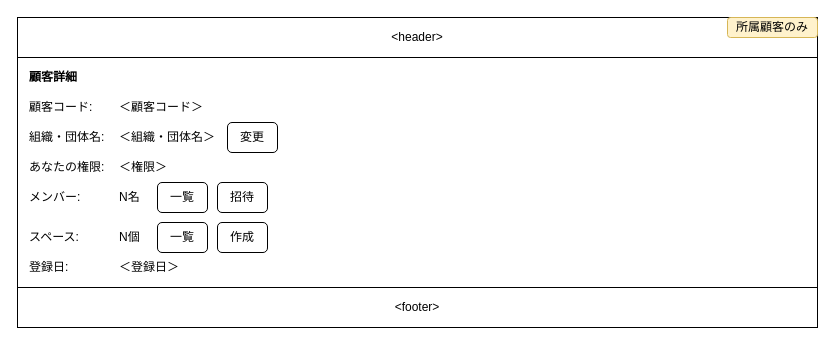
Before: 設計/画面設計/顧客詳細.drawio in nightonlypj/rails-app-origin, a draw.io diagram. Source tidied: cells renumbered, new cells numbered last; positions are measured from the earlier drawing's top-left corner, leaving out a move shared by most shapes. Both pictures are drawn from the tidied source at 100%, with x=0, y=0 at pixel (17, 17).
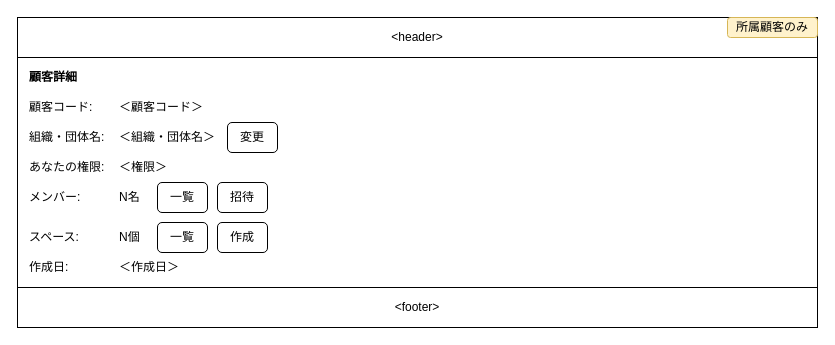
The same diagram, later.

The edit, as a diff of the source:
```diff
@@
-    <mxCell id="22" value="登録日:" style="text;html=1;strokeColor=none;fillColor=none;align=left;verticalAlign=middle;whiteSpace=wrap;rounded=0;" parent="1" vertex="1">
+    <mxCell id="22" value="作成日:" style="text;html=1;strokeColor=none;fillColor=none;align=left;verticalAlign=middle;whiteSpace=wrap;rounded=0;" parent="1" vertex="1">
       <mxGeometry x="10" y="240" width="50" height="20" as="geometry" />
     </mxCell>
-    <mxCell id="23" value="＜登録日＞" style="text;html=1;strokeColor=none;fillColor=none;align=left;verticalAlign=middle;whiteSpace=wrap;rounded=0;" parent="1" vertex="1">
+    <mxCell id="23" value="＜作成日＞" style="text;html=1;strokeColor=none;fillColor=none;align=left;verticalAlign=middle;whiteSpace=wrap;rounded=0;" parent="1" vertex="1">
       <mxGeometry x="100" y="240" width="70" height="20" as="geometry" />
     </mxCell>
```
